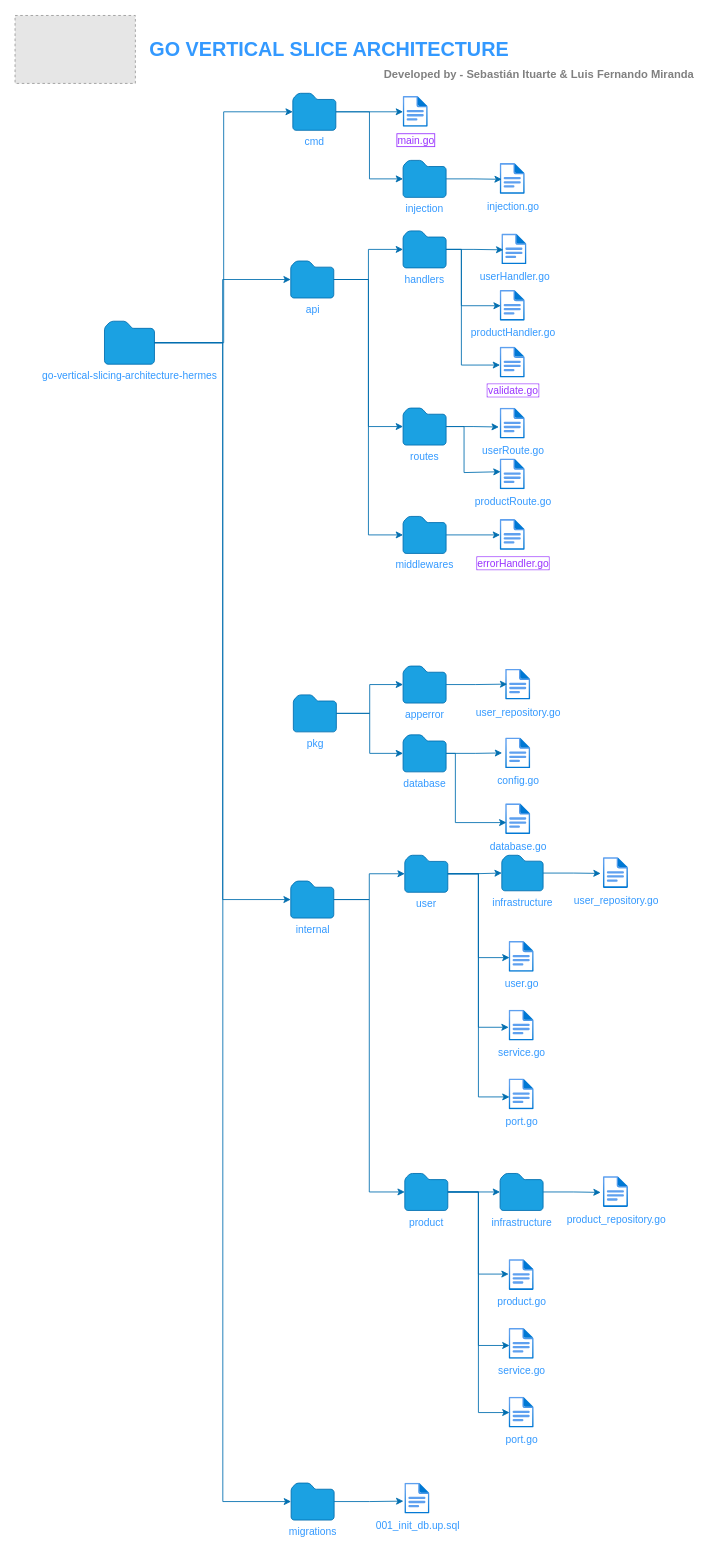
Above: go-vertical-slice-architecture.drawio in sebajax/go-vertical-slice-architecture (draw.io), before the change. Source tidied: cells renumbered, new cells numbered last; positions are measured from the earlier drawing's top-left corner, leaving out a move shared by most shapes. Both pictures are drawn from the tidied source at 86%, with x=0, y=0 at pixel (15, 15). Pictures stored in the file or linked from it are replaced by grey dashed boxes.
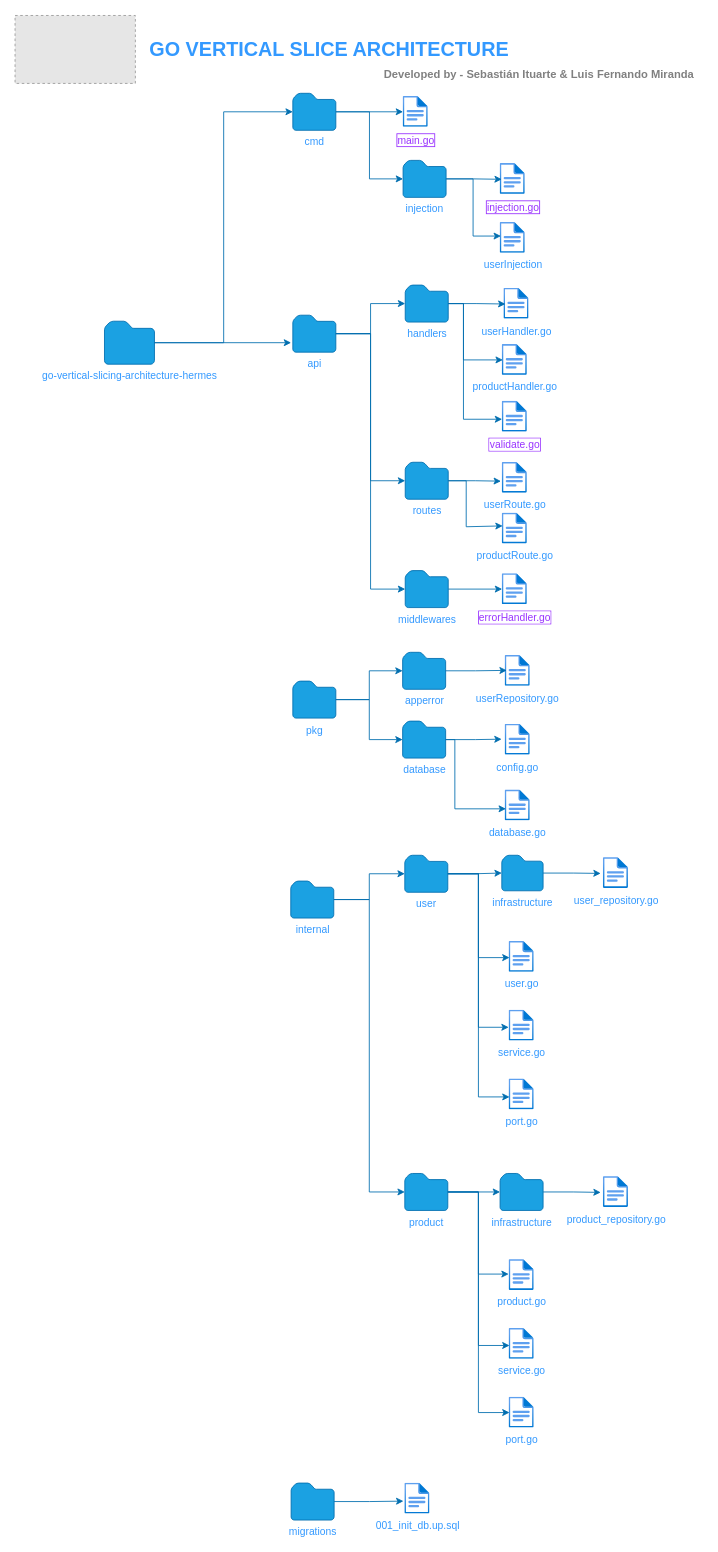
The same page after the edit.

Unchanged cells that the change refers to:
```xml
<mxCell id="2" value="&lt;font color=&quot;#3399ff&quot;&gt;go-vertical-slicing-architecture-hermes&lt;/font&gt;" style="sketch=0;shadow=0;dashed=0;html=1;strokeColor=#006EAF;labelPosition=center;verticalLabelPosition=bottom;verticalAlign=top;align=center;fillColor=#1ba1e2;shape=mxgraph.mscae.enterprise.folder;fontColor=#ffffff;" parent="1" vertex="1">
  <mxGeometry x="104" y="356" width="58.1" height="50" as="geometry" />
</mxCell>
<mxCell id="10" value="&lt;font color=&quot;#3399ff&quot;&gt;internal&lt;/font&gt;" style="sketch=0;shadow=0;dashed=0;html=1;strokeColor=#006EAF;labelPosition=center;verticalLabelPosition=bottom;verticalAlign=top;align=center;fillColor=#1ba1e2;shape=mxgraph.mscae.enterprise.folder;fontColor=#ffffff;" parent="1" vertex="1">
  <mxGeometry x="320.6" y="1007" width="50" height="43" as="geometry" />
</mxCell>
<mxCell id="11" value="&lt;font color=&quot;#3399ff&quot;&gt;migrations&lt;/font&gt;" style="sketch=0;shadow=0;dashed=0;html=1;strokeColor=#006EAF;labelPosition=center;verticalLabelPosition=bottom;verticalAlign=top;align=center;fillColor=#1ba1e2;shape=mxgraph.mscae.enterprise.folder;fontColor=#ffffff;" parent="1" vertex="1">
  <mxGeometry x="321" y="1707" width="50" height="43" as="geometry" />
</mxCell>
<mxCell id="71" value="&lt;font color=&quot;#3399ff&quot;&gt;injection&lt;/font&gt;" style="sketch=0;shadow=0;dashed=0;html=1;strokeColor=#006EAF;labelPosition=center;verticalLabelPosition=bottom;verticalAlign=top;align=center;fillColor=#1ba1e2;shape=mxgraph.mscae.enterprise.folder;fontColor=#ffffff;" parent="1" vertex="1">
  <mxGeometry x="451.2" y="169" width="50" height="43" as="geometry" />
</mxCell>
```

Diff of the diagram source:
```diff
@@
     <mxCell id="3" value="&lt;font color=&quot;#3399ff&quot;&gt;api&lt;/font&gt;" style="sketch=0;shadow=0;dashed=0;html=1;strokeColor=#006EAF;labelPosition=center;verticalLabelPosition=bottom;verticalAlign=top;align=center;fillColor=#1ba1e2;shape=mxgraph.mscae.enterprise.folder;fontColor=#ffffff;" parent="1" vertex="1">
-      <mxGeometry x="320.6" y="286" width="50" height="43" as="geometry" />
+      <mxGeometry x="323" y="349" width="50" height="43" as="geometry" />
     </mxCell>
-    <mxCell id="4" style="edgeStyle=orthogonalEdgeStyle;rounded=0;jettySize=auto;html=1;entryX=0;entryY=0.5;entryDx=0;entryDy=0;entryPerimeter=0;fillColor=#1ba1e2;strokeColor=#006EAF;" parent="1" edge="1" source="2" target="3">
-      <mxGeometry relative="1" as="geometry" />
-    </mxCell>
@@
     <mxCell id="8" value="&lt;font color=&quot;#3399ff&quot;&gt;pkg&lt;/font&gt;" style="sketch=0;shadow=0;dashed=0;html=1;strokeColor=#006EAF;labelPosition=center;verticalLabelPosition=bottom;verticalAlign=top;align=center;fillColor=#1ba1e2;shape=mxgraph.mscae.enterprise.folder;fontColor=#ffffff;" parent="1" vertex="1">
-      <mxGeometry x="323.6" y="790.5" width="50" height="43" as="geometry" />
+      <mxGeometry x="323" y="774.5" width="50" height="43" as="geometry" />
     </mxCell>
@@
-    <mxCell id="12" style="edgeStyle=orthogonalEdgeStyle;rounded=0;jettySize=auto;html=1;entryX=0;entryY=0.5;entryDx=0;entryDy=0;entryPerimeter=0;fillColor=#1ba1e2;strokeColor=#006EAF;" parent="1" edge="1" source="2" target="10">
-      <mxGeometry relative="1" as="geometry" />
-    </mxCell>
-    <mxCell id="13" style="edgeStyle=orthogonalEdgeStyle;rounded=0;jettySize=auto;html=1;entryX=0;entryY=0.5;entryDx=0;entryDy=0;entryPerimeter=0;labelBackgroundColor=#3399FF;fontColor=#3399FF;fillColor=#1ba1e2;strokeColor=#006EAF;" parent="1" edge="1" source="2" target="11">
-      <mxGeometry relative="1" as="geometry" />
-    </mxCell>
@@
     <mxCell id="15" value="&lt;font color=&quot;#3399ff&quot;&gt;handlers&lt;/font&gt;" style="sketch=0;shadow=0;dashed=0;html=1;strokeColor=#006EAF;labelPosition=center;verticalLabelPosition=bottom;verticalAlign=top;align=center;fillColor=#1ba1e2;shape=mxgraph.mscae.enterprise.folder;fontColor=#ffffff;" parent="1" vertex="1">
-      <mxGeometry x="451.2" y="251" width="50" height="43" as="geometry" />
+      <mxGeometry x="453.7" y="314" width="50" height="43" as="geometry" />
     </mxCell>
     <mxCell id="16" value="&lt;font color=&quot;#3399ff&quot;&gt;routes&lt;/font&gt;" style="sketch=0;shadow=0;dashed=0;html=1;strokeColor=#006EAF;labelPosition=center;verticalLabelPosition=bottom;verticalAlign=top;align=center;fillColor=#1ba1e2;shape=mxgraph.mscae.enterprise.folder;fontColor=#ffffff;" parent="1" vertex="1">
-      <mxGeometry x="451.2" y="457" width="50" height="43" as="geometry" />
+      <mxGeometry x="453.7" y="520" width="50" height="43" as="geometry" />
     </mxCell>
@@
     <mxCell id="19" value="&lt;font color=&quot;#3399ff&quot;&gt;apperror&lt;/font&gt;" style="sketch=0;shadow=0;dashed=0;html=1;strokeColor=#006EAF;labelPosition=center;verticalLabelPosition=bottom;verticalAlign=top;align=center;fillColor=#1ba1e2;shape=mxgraph.mscae.enterprise.folder;fontColor=#ffffff;" parent="1" vertex="1">
-      <mxGeometry x="451.2" y="757" width="50" height="43" as="geometry" />
+      <mxGeometry x="450.7" y="741" width="50" height="43" as="geometry" />
     </mxCell>
     <mxCell id="20" value="&lt;font color=&quot;#3399ff&quot;&gt;database&lt;/font&gt;" style="sketch=0;shadow=0;dashed=0;html=1;strokeColor=#006EAF;labelPosition=center;verticalLabelPosition=bottom;verticalAlign=top;align=center;fillColor=#1ba1e2;shape=mxgraph.mscae.enterprise.folder;fontColor=#ffffff;" parent="1" vertex="1">
-      <mxGeometry x="451.2" y="837" width="50" height="43" as="geometry" />
+      <mxGeometry x="450.7" y="821" width="50" height="43" as="geometry" />
     </mxCell>
@@
-    <mxCell id="48" value="&lt;font style=&quot;background-color: rgb(255, 255, 255);&quot; color=&quot;#3399ff&quot;&gt;user_repository.go&lt;/font&gt;" style="image;html=1;points=[];align=center;fontSize=12;image=img/lib/azure2/general/File.svg;" parent="1" vertex="1">
-      <mxGeometry x="570.4" y="760.5" width="29.2" height="36" as="geometry" />
+    <mxCell id="48" value="&lt;font style=&quot;background-color: rgb(255, 255, 255);&quot; color=&quot;#3399ff&quot;&gt;userRepository.go&lt;/font&gt;" style="image;html=1;points=[];align=center;fontSize=12;image=img/lib/azure2/general/File.svg;" parent="1" vertex="1">
+      <mxGeometry x="569.8" y="744.5" width="29.2" height="36" as="geometry" />
     </mxCell>
@@
     <mxCell id="50" value="&lt;font style=&quot;background-color: rgb(255, 255, 255);&quot; color=&quot;#3399ff&quot;&gt;config.go&lt;/font&gt;" style="image;html=1;points=[];align=center;fontSize=12;image=img/lib/azure2/general/File.svg;" parent="1" vertex="1">
-      <mxGeometry x="570.4" y="840.5" width="29.2" height="36" as="geometry" />
+      <mxGeometry x="569.8" y="824.5" width="29.2" height="36" as="geometry" />
     </mxCell>
@@
     <mxCell id="52" value="&lt;font style=&quot;background-color: rgb(255, 255, 255);&quot; color=&quot;#3399ff&quot;&gt;database.go&lt;/font&gt;" style="image;html=1;points=[];align=center;fontSize=12;image=img/lib/azure2/general/File.svg;" parent="1" vertex="1">
-      <mxGeometry x="570.4" y="917" width="29.2" height="36" as="geometry" />
+      <mxGeometry x="569.8" y="901" width="29.2" height="36" as="geometry" />
     </mxCell>
     <mxCell id="53" style="edgeStyle=orthogonalEdgeStyle;rounded=0;jettySize=auto;html=1;entryX=0.034;entryY=0.611;entryDx=0;entryDy=0;entryPerimeter=0;fillColor=#1ba1e2;strokeColor=#006EAF;" parent="1" edge="1" source="20" target="52">
       <mxGeometry relative="1" as="geometry">
         <Array as="points">
-          <mxPoint x="512" y="859" />
-          <mxPoint x="512" y="939" />
+          <mxPoint x="511.4" y="843" />
+          <mxPoint x="511.4" y="923" />
         </Array>
       </mxGeometry>
     </mxCell>
     <mxCell id="54" value="&lt;font style=&quot;background-color: rgb(255, 255, 255);&quot; color=&quot;#3399ff&quot;&gt;productHandler.go&lt;/font&gt;" style="image;html=1;points=[];align=center;fontSize=12;image=img/lib/azure2/general/File.svg;" parent="1" vertex="1">
-      <mxGeometry x="564" y="320" width="29.2" height="36" as="geometry" />
+      <mxGeometry x="566.4" y="383" width="29.2" height="36" as="geometry" />
     </mxCell>
     <mxCell id="55" value="&lt;font style=&quot;background-color: rgb(255, 255, 255);&quot; color=&quot;#3399ff&quot;&gt;userRoute.go&lt;/font&gt;" style="image;html=1;points=[];align=center;fontSize=12;image=img/lib/azure2/general/File.svg;" parent="1" vertex="1">
-      <mxGeometry x="564" y="457" width="29.2" height="36" as="geometry" />
+      <mxGeometry x="566.4" y="520" width="29.2" height="36" as="geometry" />
     </mxCell>
@@
     <mxCell id="61" value="&lt;font color=&quot;#3399ff&quot;&gt;middlewares&lt;/font&gt;" style="sketch=0;shadow=0;dashed=0;html=1;strokeColor=#006EAF;labelPosition=center;verticalLabelPosition=bottom;verticalAlign=top;align=center;fillColor=#1ba1e2;shape=mxgraph.mscae.enterprise.folder;fontColor=#ffffff;" parent="1" vertex="1">
-      <mxGeometry x="451.2" y="583" width="50" height="43" as="geometry" />
+      <mxGeometry x="453.7" y="646" width="50" height="43" as="geometry" />
     </mxCell>
     <mxCell id="62" value="&lt;font&gt;&lt;span style=&quot;background-color: rgb(255, 255, 255);&quot;&gt;errorHandler.go&lt;/span&gt;&lt;/font&gt;" style="image;html=1;points=[];align=center;fontSize=12;image=img/lib/azure2/general/File.svg;fontColor=#9933FF;labelBorderColor=#9933FF;" parent="1" vertex="1">
-      <mxGeometry x="564" y="586.5" width="29.2" height="36" as="geometry" />
+      <mxGeometry x="566.4" y="649.5" width="29.2" height="36" as="geometry" />
     </mxCell>
     <mxCell id="63" value="&lt;font color=&quot;#9933ff&quot; style=&quot;background-color: rgb(255, 255, 255);&quot;&gt;validate.go&lt;/font&gt;" style="image;html=1;points=[];align=center;fontSize=12;image=img/lib/azure2/general/File.svg;labelBorderColor=#9933FF;imageBackground=none;imageBorder=none;" parent="1" vertex="1">
-      <mxGeometry x="564" y="386" width="29.2" height="36" as="geometry" />
+      <mxGeometry x="566.4" y="449" width="29.2" height="36" as="geometry" />
     </mxCell>
     <mxCell id="64" value="&lt;font style=&quot;background-color: rgb(255, 255, 255);&quot; color=&quot;#3399ff&quot;&gt;productRoute.go&lt;/font&gt;" style="image;html=1;points=[];align=center;fontSize=12;image=img/lib/azure2/general/File.svg;" parent="1" vertex="1">
-      <mxGeometry x="564" y="516" width="29.2" height="36" as="geometry" />
+      <mxGeometry x="566.4" y="579" width="29.2" height="36" as="geometry" />
     </mxCell>
     <mxCell id="65" style="edgeStyle=orthogonalEdgeStyle;rounded=0;jettySize=auto;html=1;entryX=0.021;entryY=0.417;entryDx=0;entryDy=0;entryPerimeter=0;fillColor=#1ba1e2;strokeColor=#006EAF;" parent="1" edge="1" source="16" target="64">
       <mxGeometry relative="1" as="geometry">
         <Array as="points">
-          <mxPoint x="522.1" y="479" />
-          <mxPoint x="522.1" y="532" />
+          <mxPoint x="524.6" y="542" />
+          <mxPoint x="524.6" y="595" />
         </Array>
       </mxGeometry>
     </mxCell>
@@
     <mxCell id="67" value="&lt;font style=&quot;background-color: rgb(255, 255, 255);&quot; color=&quot;#3399ff&quot;&gt;userHandler.go&lt;/font&gt;" style="image;html=1;points=[];align=center;fontSize=12;image=img/lib/azure2/general/File.svg;" parent="1" vertex="1">
-      <mxGeometry x="566" y="254.5" width="29.2" height="36" as="geometry" />
+      <mxGeometry x="568.4" y="317.5" width="29.2" height="36" as="geometry" />
     </mxCell>
@@
     <mxCell id="69" style="edgeStyle=orthogonalEdgeStyle;rounded=0;jettySize=auto;html=1;entryX=0.028;entryY=0.5;entryDx=0;entryDy=0;entryPerimeter=0;fillColor=#1ba1e2;strokeColor=#006EAF;" parent="1" edge="1" source="15" target="54">
       <mxGeometry relative="1" as="geometry">
         <Array as="points">
-          <mxPoint x="519" y="273" />
-          <mxPoint x="519" y="338" />
+          <mxPoint x="521.4" y="336" />
+          <mxPoint x="521.4" y="401" />
         </Array>
       </mxGeometry>
     </mxCell>
     <mxCell id="70" style="edgeStyle=orthogonalEdgeStyle;rounded=0;jettySize=auto;html=1;entryX=0;entryY=0.583;entryDx=0;entryDy=0;entryPerimeter=0;fillColor=#1ba1e2;strokeColor=#006EAF;" parent="1" edge="1" source="15" target="63">
       <mxGeometry relative="1" as="geometry">
         <Array as="points">
-          <mxPoint x="519" y="273" />
-          <mxPoint x="519" y="407" />
+          <mxPoint x="521.4" y="336" />
+          <mxPoint x="521.4" y="470" />
         </Array>
       </mxGeometry>
     </mxCell>
@@
-    <mxCell id="73" value="&lt;font color=&quot;#3399ff&quot; style=&quot;&quot;&gt;injection.go&lt;/font&gt;" style="image;html=1;points=[];align=center;fontSize=12;image=img/lib/azure2/general/File.svg;labelBorderColor=none;fontColor=#9933FF;labelBackgroundColor=none;" parent="1" vertex="1">
+    <mxCell id="73" value="&lt;font style=&quot;&quot;&gt;injection.go&lt;/font&gt;" style="image;html=1;points=[];align=center;fontSize=12;image=img/lib/azure2/general/File.svg;labelBorderColor=#9933FF;fontColor=#9933FF;labelBackgroundColor=none;" parent="1" vertex="1">
       <mxGeometry x="564" y="172.5" width="29.2" height="36" as="geometry" />
     </mxCell>
@@
+    <mxCell id="75" value="&lt;font style=&quot;background-color: rgb(255, 255, 255);&quot; color=&quot;#3399ff&quot;&gt;userInjection&lt;/font&gt;" style="image;html=1;points=[];align=center;fontSize=12;image=img/lib/azure2/general/File.svg;" parent="1" vertex="1">
+      <mxGeometry x="564" y="241" width="29.2" height="36" as="geometry" />
+    </mxCell>
+    <mxCell id="76" style="edgeStyle=orthogonalEdgeStyle;rounded=0;jettySize=auto;html=1;entryX=0.034;entryY=0.444;entryDx=0;entryDy=0;entryPerimeter=0;fillColor=#1ba1e2;strokeColor=#006EAF;" parent="1" edge="1" source="71" target="75">
+      <mxGeometry relative="1" as="geometry" />
+    </mxCell>
+    <mxCell id="4" style="edgeStyle=orthogonalEdgeStyle;rounded=0;jettySize=auto;html=1;entryX=-0.04;entryY=0.744;entryDx=0;entryDy=0;entryPerimeter=0;fillColor=#1ba1e2;strokeColor=#006EAF;" parent="1" edge="1" source="2" target="3">
+      <mxGeometry relative="1" as="geometry" />
+    </mxCell>
```
